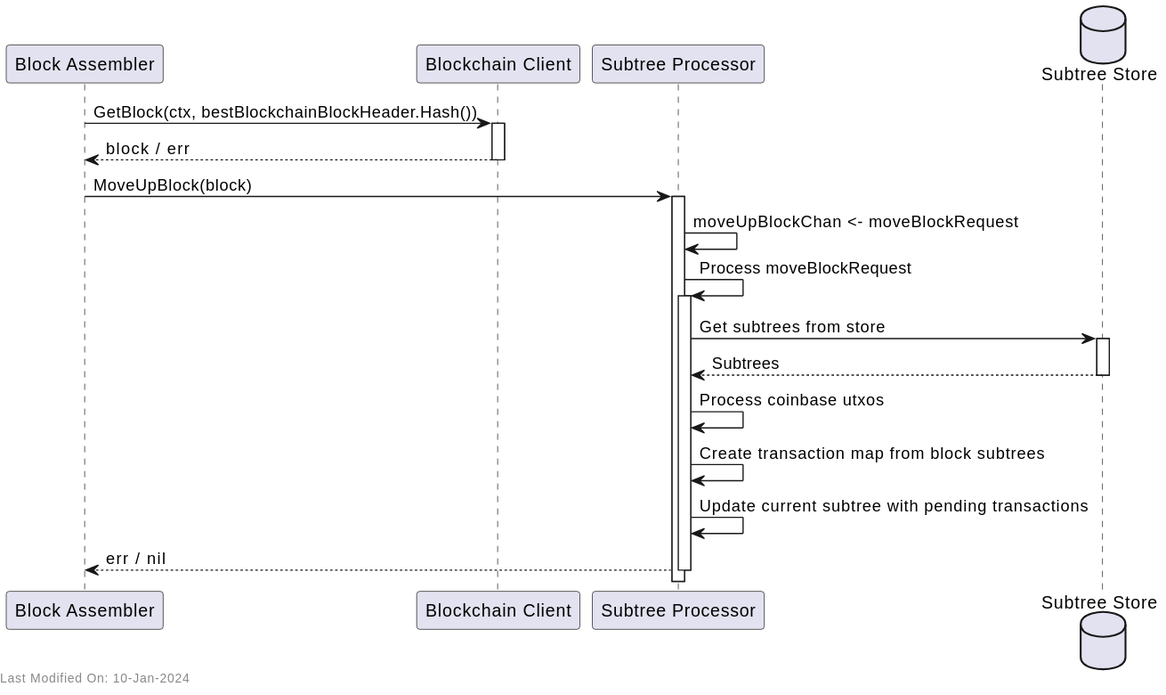
This is docs/services/img/plantuml/blockassembly/block_assembly_move_up.svg from freemans13/teranode, a PlantUML export, as it was before one commit. Its source is kept beside it as docs/services/img/plantuml/blockassembly/block_assembly_move_up.puml. Source of this version:
```plantuml
@startuml

participant "Block Assembler" as BA
participant "Blockchain Client" as BC
participant "Subtree Processor" as STP
database "Subtree Store" as SStore

BA -> BC: GetBlock(ctx, bestBlockchainBlockHeader.Hash())
activate BC
BC --> BA: block / err
deactivate BC
BA -> STP: MoveUpBlock(block)
activate STP

STP -> STP: moveUpBlockChan <- moveBlockRequest
STP -> STP: Process moveBlockRequest
activate STP

STP -> SStore: Get subtrees from store
activate SStore
SStore --> STP: Subtrees
deactivate SStore

STP -> STP: Process coinbase utxos
STP -> STP: Create transaction map from block subtrees
STP -> STP: Update current subtree with pending transactions

STP --> BA: err / nil
deactivate STP
deactivate BA

left footer Last Modified On: %date("dd-MMM-yyyy")

@enduml
```
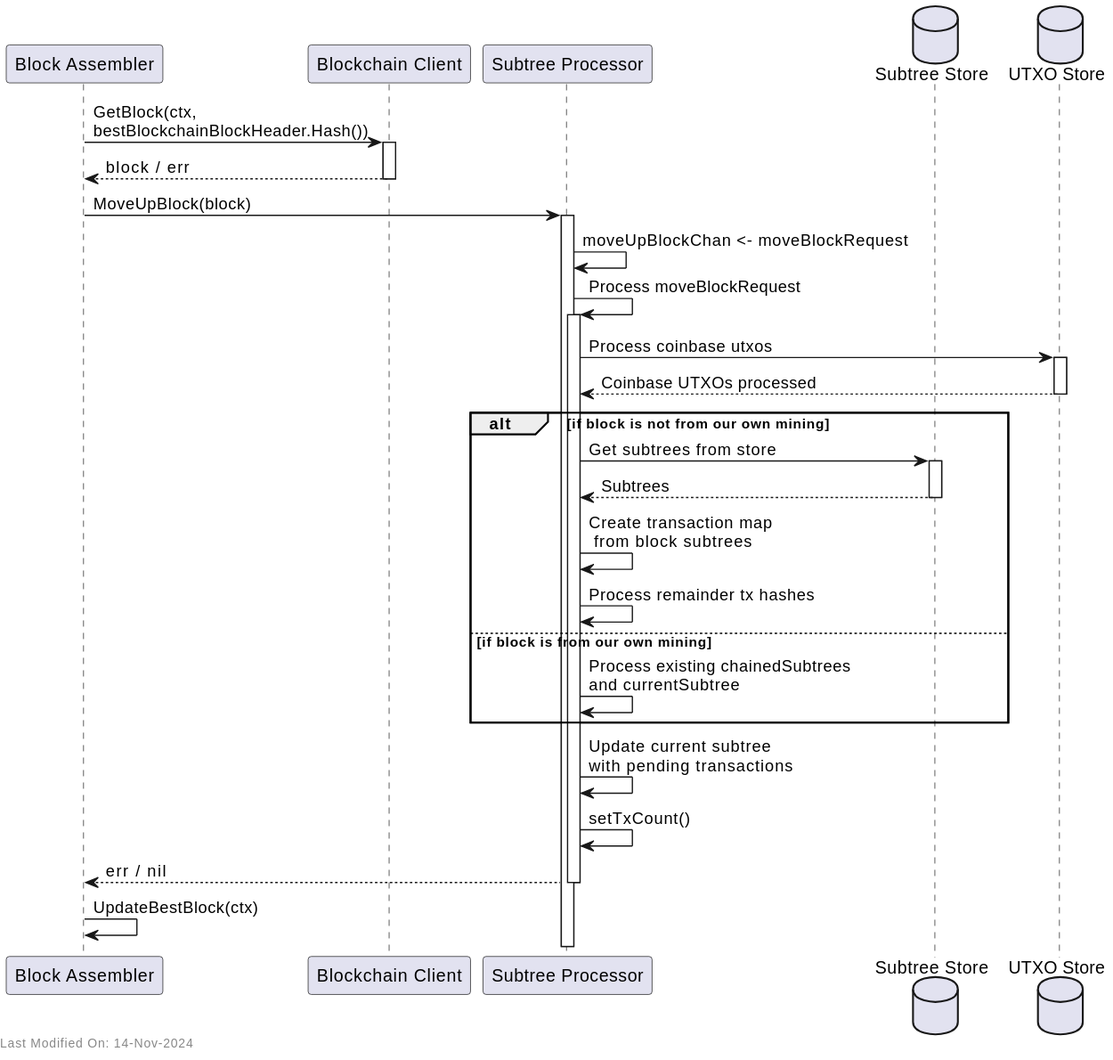
After the change.

Commit message:
Documentation - restructure Block Assembly documentation for better separation of design and reference documents #1399

What changed in the source:
```diff
@@ -4,11 +4,13 @@
 participant "Blockchain Client" as BC
 participant "Subtree Processor" as STP
 database "Subtree Store" as SStore
+database "UTXO Store" as UTXOStore
 
-BA -> BC: GetBlock(ctx, bestBlockchainBlockHeader.Hash())
+BA -> BC: GetBlock(ctx, \nbestBlockchainBlockHeader.Hash())
 activate BC
 BC --> BA: block / err
 deactivate BC
+
 BA -> STP: MoveUpBlock(block)
 activate STP
 
@@ -16,19 +18,32 @@
 STP -> STP: Process moveBlockRequest
 activate STP
 
-STP -> SStore: Get subtrees from store
-activate SStore
-SStore --> STP: Subtrees
-deactivate SStore
+STP -> UTXOStore: Process coinbase utxos
+activate UTXOStore
+UTXOStore --> STP: Coinbase UTXOs processed
+deactivate UTXOStore
 
-STP -> STP: Process coinbase utxos
-STP -> STP: Create transaction map from block subtrees
-STP -> STP: Update current subtree with pending transactions
+alt if block is not from our own mining
+    STP -> SStore: Get subtrees from store
+    activate SStore
+    SStore --> STP: Subtrees
+    deactivate SStore
+
+    STP -> STP: Create transaction map\n from block subtrees
+    STP -> STP: Process remainder tx hashes
+else if block is from our own mining
+    STP -> STP: Process existing chainedSubtrees \nand currentSubtree
+end
+
+STP -> STP: Update current subtree \nwith pending transactions
+STP -> STP: setTxCount()
 
 STP --> BA: err / nil
 deactivate STP
 deactivate BA
 
+BA -> BA: UpdateBestBlock(ctx)
+
 left footer Last Modified On: %date("dd-MMM-yyyy")
 
 @enduml
```
